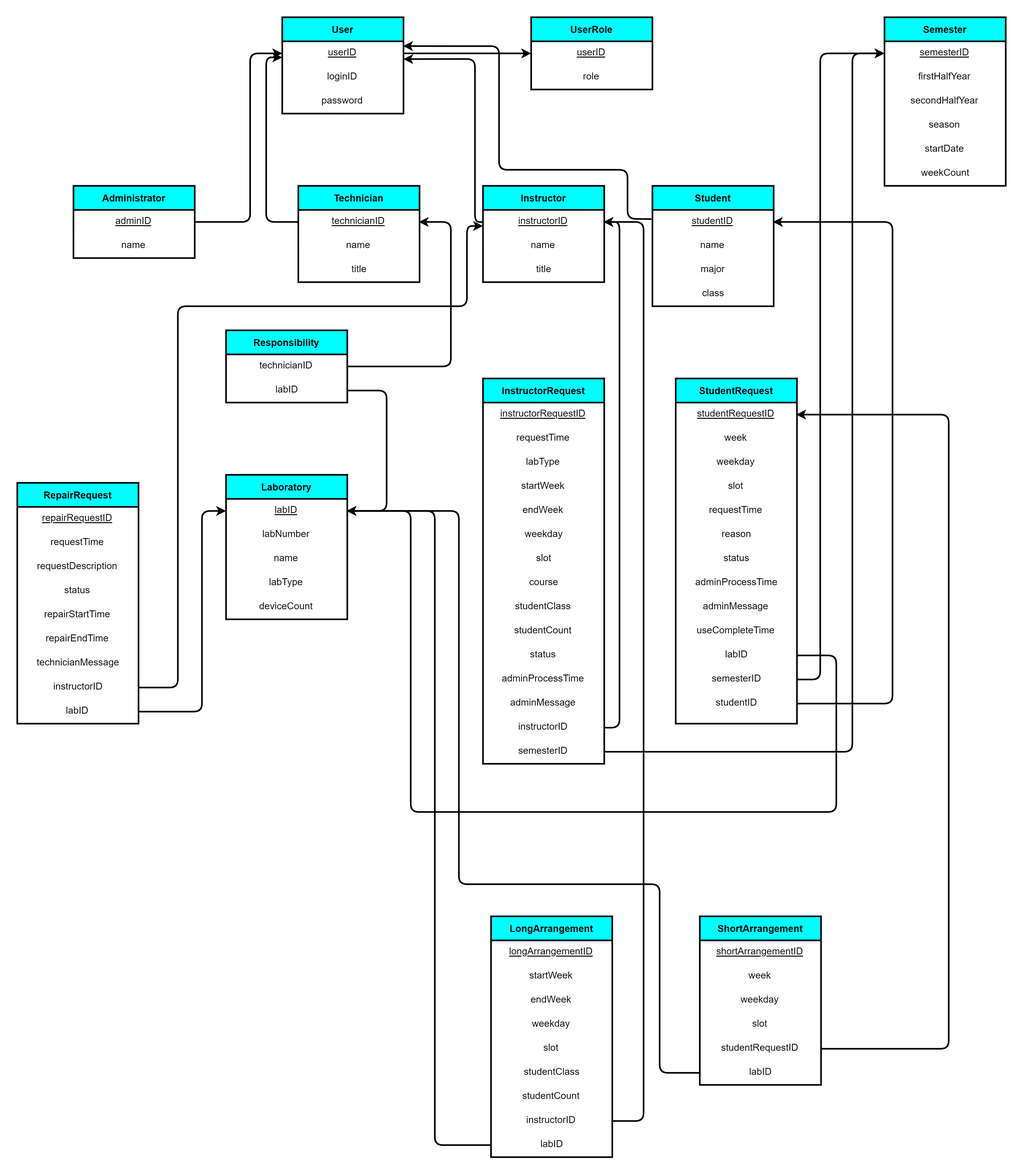
Earlier version of the draw.io export developFiles/schema.png (TRXCXS/LaboratoryManagementSystem). Source tidied: cells renumbered, new cells last; positions are measured from the earlier drawing's top-left corner, leaving out a move shared by most shapes.
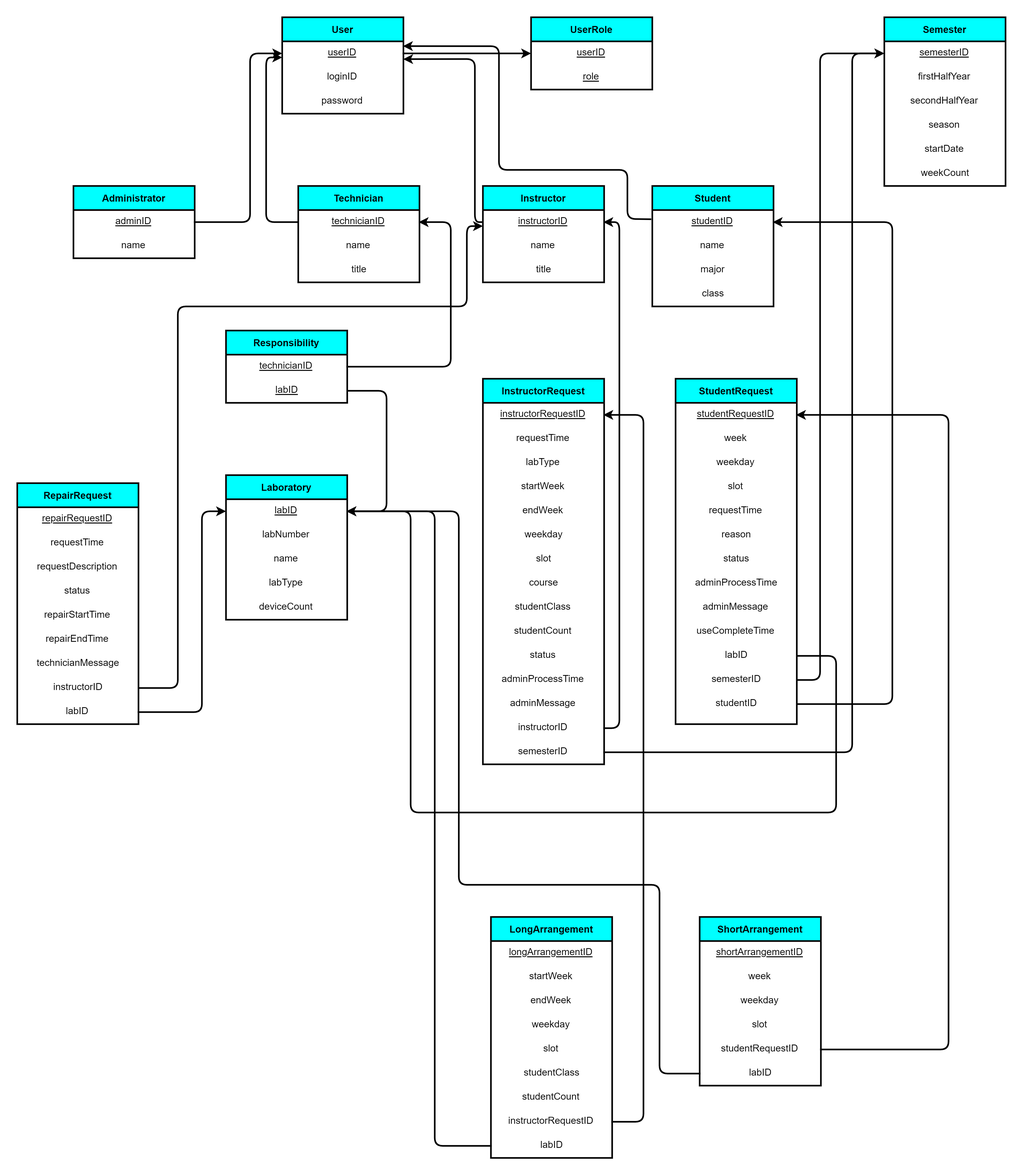
Later version of the same file.

Change to the diagram source:
```diff
@@ -20,7 +20,7 @@
     <mxCell id="7" value="userID" style="text;strokeColor=none;fillColor=none;align=center;verticalAlign=top;spacingLeft=4;spacingRight=4;overflow=hidden;points=[[0,0.5],[1,0.5]];portConstraint=eastwest;fontStyle=4;" parent="6" vertex="1">
       <mxGeometry y="30" width="150" height="30" as="geometry" />
     </mxCell>
-    <mxCell id="8" value="role" style="text;strokeColor=none;fillColor=none;align=center;verticalAlign=top;spacingLeft=4;spacingRight=4;overflow=hidden;" parent="6" vertex="1">
+    <mxCell id="8" value="role" style="text;strokeColor=none;fillColor=none;align=center;verticalAlign=top;spacingLeft=4;spacingRight=4;overflow=hidden;fontStyle=4;" parent="6" vertex="1">
       <mxGeometry y="60" width="150" height="30" as="geometry" />
     </mxCell>
     <mxCell id="9" style="endArrow=classic;html=1;exitX=1;exitY=0.5;exitDx=0;exitDy=0;entryX=0;entryY=0.5;entryDx=0;entryDy=0;" parent="1" edge="1" source="3" target="7">
@@ -216,10 +216,10 @@
     <mxCell id="61" value="Responsibility" style="swimlane;startSize=30;fillColor=#00FFFF;" parent="1" vertex="1">
       <mxGeometry x="260" y="390" width="151" height="90" as="geometry" />
     </mxCell>
-    <mxCell id="62" value="technicianID" style="text;strokeColor=none;fillColor=none;align=center;verticalAlign=top;spacingLeft=4;spacingRight=4;overflow=hidden;points=[[0,0.5],[1,0.5]];portConstraint=eastwest;" parent="61" vertex="1">
+    <mxCell id="62" value="technicianID" style="text;strokeColor=none;fillColor=none;align=center;verticalAlign=top;spacingLeft=4;spacingRight=4;overflow=hidden;points=[[0,0.5],[1,0.5]];portConstraint=eastwest;fontStyle=4;" parent="61" vertex="1">
       <mxGeometry y="30" width="150" height="30" as="geometry" />
     </mxCell>
-    <mxCell id="63" value="labID" style="text;strokeColor=none;fillColor=none;align=center;verticalAlign=top;spacingLeft=4;spacingRight=4;overflow=hidden;points=[[0,0.5],[1,0.5]];portConstraint=eastwest;" parent="61" vertex="1">
+    <mxCell id="63" value="labID" style="text;strokeColor=none;fillColor=none;align=center;verticalAlign=top;spacingLeft=4;spacingRight=4;overflow=hidden;points=[[0,0.5],[1,0.5]];portConstraint=eastwest;fontStyle=4;" parent="61" vertex="1">
       <mxGeometry x="1" y="60" width="150" height="30" as="geometry" />
     </mxCell>
     <mxCell id="64" style="endArrow=classic;html=1;entryX=1;entryY=0.5;entryDx=0;entryDy=0;exitX=1;exitY=0.5;exitDx=0;exitDy=0;" parent="1" edge="1" source="62" target="14">
@@ -380,7 +380,7 @@
     <mxCell id="102" value="studentCount" style="text;strokeColor=none;fillColor=none;align=center;verticalAlign=top;spacingLeft=4;spacingRight=4;overflow=hidden;" parent="95" vertex="1">
       <mxGeometry y="210" width="150" height="30" as="geometry" />
     </mxCell>
-    <mxCell id="103" value="instructorID" style="text;strokeColor=none;fillColor=none;align=center;verticalAlign=top;spacingLeft=4;spacingRight=4;overflow=hidden;points=[[0,0.5],[1,0.5]];portConstraint=eastwest;" parent="95" vertex="1">
+    <mxCell id="103" value="instructorRequestID" style="text;strokeColor=none;fillColor=none;align=center;verticalAlign=top;spacingLeft=4;spacingRight=4;overflow=hidden;points=[[0,0.5],[1,0.5]];portConstraint=eastwest;" parent="95" vertex="1">
       <mxGeometry y="240" width="150" height="30" as="geometry" />
     </mxCell>
     <mxCell id="104" value="labID" style="text;strokeColor=none;fillColor=none;align=center;verticalAlign=top;spacingLeft=4;spacingRight=4;overflow=hidden;points=[[0,0.5],[1,0.5]];portConstraint=eastwest;" parent="95" vertex="1">
@@ -407,11 +407,11 @@
     <mxCell id="111" value="labID" style="text;strokeColor=none;fillColor=none;align=center;verticalAlign=top;spacingLeft=4;spacingRight=4;overflow=hidden;points=[[0,0.5],[1,0.5]];portConstraint=eastwest;" parent="105" vertex="1">
       <mxGeometry x="1" y="180" width="150" height="30" as="geometry" />
     </mxCell>
-    <mxCell id="112" style="endArrow=classic;html=1;entryX=1;entryY=0.5;entryDx=0;entryDy=0;exitX=1;exitY=0.5;exitDx=0;exitDy=0;" parent="1" edge="1" source="103" target="18">
+    <mxCell id="112" style="endArrow=classic;html=1;entryX=1;entryY=0.5;entryDx=0;entryDy=0;exitX=1;exitY=0.5;exitDx=0;exitDy=0;" parent="1" edge="1" source="103" target="38">
       <mxGeometry relative="1" as="geometry">
         <Array as="points">
           <mxPoint x="780" y="1375" />
-          <mxPoint x="780" y="255" />
+          <mxPoint x="780" y="495" />
         </Array>
       </mxGeometry>
     </mxCell>
```
